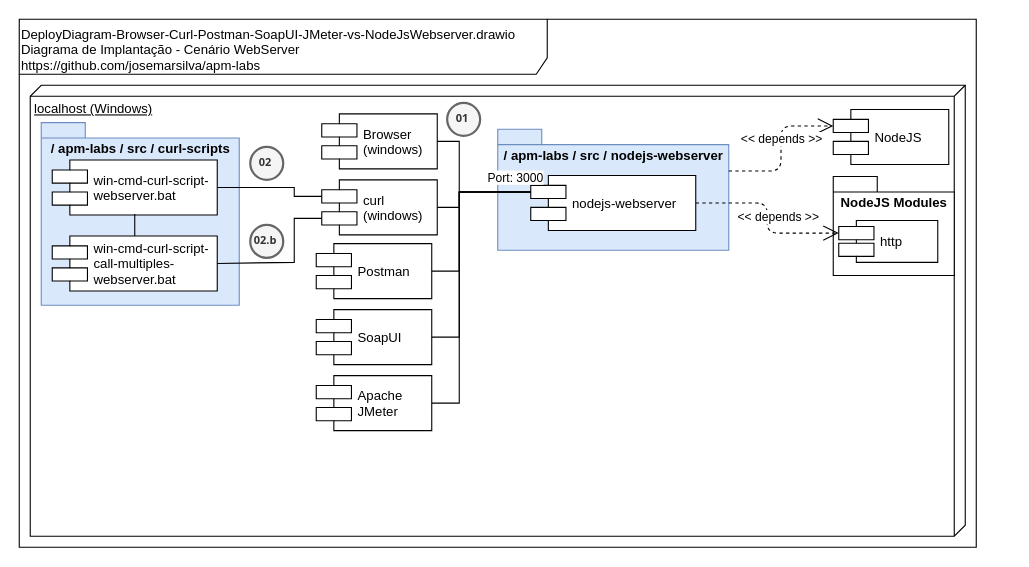
This is doc/DeployDiagram-Browser-Curl-Postman-SoapUI-JMeter-vs-NodeJsWebserver.drawio from josemarsilva/apm-labs, a draw.io file, before an edit. Source tidied: cells renumbered, new cells numbered last; positions are measured from the earlier drawing's top-left corner, leaving out a move shared by most shapes. Both pictures are drawn from the tidied source at 110%, with x=0, y=0 at pixel (19, 19).
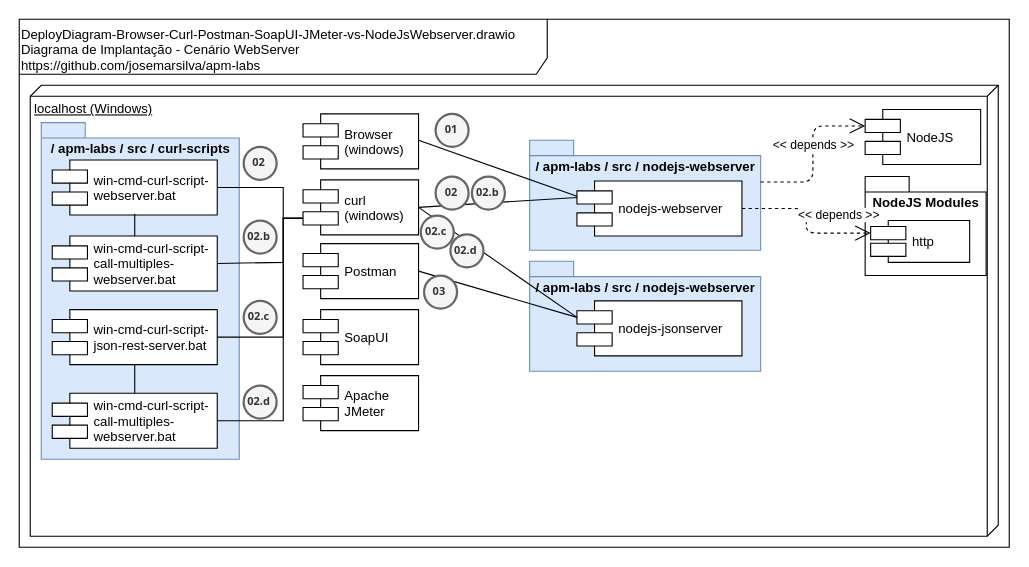
After the change.

The change refers to these unchanged cells:
```xml
<mxCell id="24" value="win-cmd-curl-script-&#10;webserver.bat" style="shape=component;align=left;spacingLeft=36;" parent="1" vertex="1">
  <mxGeometry x="30" y="128" width="150" height="50" as="geometry" />
</mxCell>
<mxCell id="28" value="win-cmd-curl-script-&#10;call-multiples-&#10;webserver.bat" style="shape=component;align=left;spacingLeft=36;" parent="1" vertex="1">
  <mxGeometry x="30" y="197" width="150" height="50" as="geometry" />
</mxCell>
```

What changed in the source:
```diff
@@
     <mxCell id="2" value="DeployDiagram-Browser-Curl-Postman-SoapUI-JMeter-vs-NodeJsWebserver.drawio&lt;br&gt;Diagrama de Implantação - Cenário WebServer&lt;br&gt;https://github.com/josemarsilva/apm-labs" style="shape=umlFrame;whiteSpace=wrap;html=1;width=480;height=50;verticalAlign=top;align=left;" parent="1" vertex="1">
-      <mxGeometry width="870" height="480" as="geometry" />
+      <mxGeometry width="900" height="480" as="geometry" />
     </mxCell>
     <mxCell id="3" value="localhost (Windows)" style="verticalAlign=top;align=left;spacingTop=8;spacingLeft=2;spacingRight=12;shape=cube;size=10;direction=south;fontStyle=4;html=1;" parent="1" vertex="1">
-      <mxGeometry x="10" y="60" width="850" height="410" as="geometry" />
+      <mxGeometry x="10" y="60" width="880" height="410" as="geometry" />
     </mxCell>
     <mxCell id="4" value="curl&#10;(windows)" style="shape=component;align=left;spacingLeft=36;" parent="1" vertex="1">
-      <mxGeometry x="275" y="146" width="105" height="50" as="geometry" />
+      <mxGeometry x="258" y="146" width="105" height="50" as="geometry" />
     </mxCell>
     <mxCell id="5" value="Postman" style="shape=component;align=left;spacingLeft=36;" parent="1" vertex="1">
-      <mxGeometry x="270" y="204" width="105" height="50" as="geometry" />
+      <mxGeometry x="258" y="204" width="105" height="50" as="geometry" />
     </mxCell>
     <mxCell id="6" value="Browser&#10;(windows)" style="shape=component;align=left;spacingLeft=36;" parent="1" vertex="1">
-      <mxGeometry x="275" y="86" width="105" height="50" as="geometry" />
+      <mxGeometry x="258" y="86" width="105" height="50" as="geometry" />
     </mxCell>
     <mxCell id="7" value="SoapUI" style="shape=component;align=left;spacingLeft=36;" parent="1" vertex="1">
-      <mxGeometry x="270" y="264" width="105" height="50" as="geometry" />
+      <mxGeometry x="258" y="264" width="105" height="50" as="geometry" />
     </mxCell>
     <mxCell id="8" value="/ apm-labs / src /&amp;nbsp;&lt;span style=&quot;text-align: left&quot;&gt;nodejs-webserver&lt;/span&gt;" style="shape=folder;fontStyle=1;spacingTop=10;tabWidth=40;tabHeight=14;tabPosition=left;html=1;verticalAlign=top;fillColor=#dae8fc;strokeColor=#6c8ebf;" parent="1" vertex="1">
-      <mxGeometry x="435" y="100" width="210" height="110" as="geometry" />
+      <mxGeometry x="464" y="110" width="210" height="100" as="geometry" />
     </mxCell>
     <mxCell id="9" value="nodejs-webserver" style="shape=component;align=left;spacingLeft=36;" parent="1" vertex="1">
-      <mxGeometry x="465" y="142" width="150" height="50" as="geometry" />
+      <mxGeometry x="507" y="147" width="150" height="50" as="geometry" />
     </mxCell>
     <mxCell id="10" value="Apache&#10;JMeter" style="shape=component;align=left;spacingLeft=36;" parent="1" vertex="1">
-      <mxGeometry x="270" y="324" width="105" height="50" as="geometry" />
+      <mxGeometry x="258" y="324" width="105" height="50" as="geometry" />
     </mxCell>
-    <mxCell id="11" style="endArrow=none;startArrow=none;endFill=0;startFill=0;html=1;exitX=1;exitY=0.5;exitDx=0;exitDy=0;entryX=0;entryY=0.3;entryDx=0;entryDy=0;edgeStyle=orthogonalEdgeStyle;rounded=0;" parent="1" edge="1" source="6" target="9">
-      <mxGeometry relative="1" as="geometry">
-        <Array as="points">
-          <mxPoint x="400" y="111" />
-          <mxPoint x="400" y="157" />
-        </Array>
-      </mxGeometry>
-    </mxCell>
     <mxCell id="12" value="01" style="ellipse;whiteSpace=wrap;html=1;strokeWidth=2;fontFamily=Tahoma;spacingBottom=4;spacingRight=2;fontStyle=1;fillColor=#f5f5f5;strokeColor=#666666;fontColor=#333333;fontSize=10;" parent="1" vertex="1">
-      <mxGeometry x="389" y="76" width="30" height="30" as="geometry" />
+      <mxGeometry x="378.5" y="86" width="30" height="30" as="geometry" />
     </mxCell>
     <mxCell id="13" value="NodeJS" style="shape=component;align=left;spacingLeft=36;" parent="1" vertex="1">
-      <mxGeometry x="740" y="82" width="105" height="50" as="geometry" />
+      <mxGeometry x="769" y="82" width="105" height="50" as="geometry" />
     </mxCell>
     <mxCell id="14" value="NodeJS Modules" style="shape=folder;fontStyle=1;spacingTop=10;tabWidth=40;tabHeight=14;tabPosition=left;html=1;verticalAlign=top;" parent="1" vertex="1">
-      <mxGeometry x="740" y="143" width="110" height="90" as="geometry" />
+      <mxGeometry x="769" y="143" width="110" height="90" as="geometry" />
     </mxCell>
     <mxCell id="15" value="http" style="shape=component;align=left;spacingLeft=36;" parent="1" vertex="1">
-      <mxGeometry x="745" y="183" width="90" height="38" as="geometry" />
+      <mxGeometry x="774" y="183" width="90" height="38" as="geometry" />
     </mxCell>
@@
     <mxCell id="17" value="&amp;lt;&amp;lt; depends &amp;gt;&amp;gt;" style="endArrow=open;endSize=12;dashed=1;html=1;exitX=1;exitY=0.5;exitDx=0;exitDy=0;entryX=0;entryY=0.3;entryDx=0;entryDy=0;edgeStyle=orthogonalEdgeStyle;" parent="1" edge="1" source="9" target="15">
-      <mxGeometry x="0.3" y="14" relative="1" as="geometry" />
+      <mxGeometry x="-0.16" y="17" relative="1" as="geometry">
+        <mxPoint x="12" y="5" as="offset" />
+      </mxGeometry>
     </mxCell>
-    <mxCell id="18" style="endArrow=none;startArrow=none;endFill=0;startFill=0;html=1;exitX=1;exitY=0.5;exitDx=0;exitDy=0;entryX=0;entryY=0.3;entryDx=0;entryDy=0;edgeStyle=orthogonalEdgeStyle;rounded=0;" parent="1" edge="1" source="4" target="9">
-      <mxGeometry relative="1" as="geometry">
-        <Array as="points">
-          <mxPoint x="400" y="171" />
-          <mxPoint x="400" y="157" />
-        </Array>
-      </mxGeometry>
-    </mxCell>
-    <mxCell id="19" style="endArrow=none;startArrow=none;endFill=0;startFill=0;html=1;exitX=1;exitY=0.5;exitDx=0;exitDy=0;entryX=0;entryY=0.3;entryDx=0;entryDy=0;edgeStyle=orthogonalEdgeStyle;rounded=0;" parent="1" edge="1" source="5" target="9">
-      <mxGeometry relative="1" as="geometry">
-        <Array as="points">
-          <mxPoint x="400" y="229" />
-          <mxPoint x="400" y="157" />
-        </Array>
-      </mxGeometry>
-    </mxCell>
-    <mxCell id="20" style="endArrow=none;startArrow=none;endFill=0;startFill=0;html=1;exitX=1;exitY=0.5;exitDx=0;exitDy=0;entryX=0;entryY=0.3;entryDx=0;entryDy=0;edgeStyle=orthogonalEdgeStyle;rounded=0;" parent="1" edge="1" source="7" target="9">
-      <mxGeometry relative="1" as="geometry">
-        <Array as="points">
-          <mxPoint x="400" y="289" />
-          <mxPoint x="400" y="157" />
-        </Array>
-      </mxGeometry>
-    </mxCell>
-    <mxCell id="21" style="endArrow=none;startArrow=none;endFill=0;startFill=0;html=1;exitX=1;exitY=0.5;exitDx=0;exitDy=0;entryX=0;entryY=0.3;entryDx=0;entryDy=0;edgeStyle=orthogonalEdgeStyle;rounded=0;" parent="1" edge="1" source="10">
-      <mxGeometry relative="1" as="geometry">
-        <mxPoint x="465" y="157" as="targetPoint" />
-        <Array as="points">
-          <mxPoint x="400" y="349" />
-          <mxPoint x="400" y="157" />
-        </Array>
-      </mxGeometry>
-    </mxCell>
-    <mxCell id="22" value="Port: 3000" style="edgeLabel;html=1;align=center;verticalAlign=middle;fontSize=11;" parent="21" vertex="1">
-      <mxGeometry x="0.76" y="2" relative="1" as="geometry">
-        <mxPoint x="19" y="-12" as="offset" />
-      </mxGeometry>
-    </mxCell>
     <mxCell id="23" value="/ apm-labs / src /&amp;nbsp;&lt;span style=&quot;text-align: left&quot;&gt;curl-scripts&lt;/span&gt;" style="shape=folder;fontStyle=1;spacingTop=10;tabWidth=40;tabHeight=14;tabPosition=left;html=1;verticalAlign=top;fillColor=#dae8fc;strokeColor=#6c8ebf;" parent="1" vertex="1">
-      <mxGeometry x="20" y="94" width="180" height="166" as="geometry" />
+      <mxGeometry x="20" y="94" width="180" height="306" as="geometry" />
     </mxCell>
@@
     <mxCell id="25" value="02" style="ellipse;whiteSpace=wrap;html=1;strokeWidth=2;fontFamily=Tahoma;spacingBottom=4;spacingRight=2;fontStyle=1;fillColor=#f5f5f5;strokeColor=#666666;fontColor=#333333;fontSize=10;" parent="1" vertex="1">
-      <mxGeometry x="210" y="116" width="30" height="30" as="geometry" />
+      <mxGeometry x="204" y="116" width="30" height="30" as="geometry" />
     </mxCell>
-    <mxCell id="26" style="rounded=0;jettySize=auto;html=1;endArrow=none;endFill=0;fontSize=11;entryX=1;entryY=0.5;entryDx=0;entryDy=0;exitX=0;exitY=0.3;exitDx=0;exitDy=0;edgeStyle=orthogonalEdgeStyle;" parent="1" edge="1" source="4" target="24">
+    <mxCell id="26" style="rounded=0;jettySize=auto;html=1;endArrow=none;endFill=0;fontSize=11;entryX=1;entryY=0.5;entryDx=0;entryDy=0;exitX=0;exitY=0.7;exitDx=0;exitDy=0;edgeStyle=orthogonalEdgeStyle;" parent="1" edge="1" source="4" target="24">
       <mxGeometry relative="1" as="geometry">
         <Array as="points">
-          <mxPoint x="250" y="161" />
-          <mxPoint x="250" y="153" />
+          <mxPoint x="240" y="181" />
+          <mxPoint x="240" y="153" />
         </Array>
       </mxGeometry>
     </mxCell>
@@
     <mxCell id="29" style="rounded=0;jettySize=auto;html=1;endArrow=none;endFill=0;fontSize=11;entryX=1;entryY=0.5;entryDx=0;entryDy=0;edgeStyle=orthogonalEdgeStyle;exitX=0;exitY=0.7;exitDx=0;exitDy=0;" parent="1" edge="1" source="4" target="28">
       <mxGeometry relative="1" as="geometry">
         <Array as="points">
-          <mxPoint x="250" y="181" />
-          <mxPoint x="250" y="221" />
-          <mxPoint x="180" y="221" />
+          <mxPoint x="240" y="181" />
+          <mxPoint x="240" y="221" />
         </Array>
       </mxGeometry>
     </mxCell>
     <mxCell id="30" value="02.b" style="ellipse;whiteSpace=wrap;html=1;strokeWidth=2;fontFamily=Tahoma;spacingBottom=4;spacingRight=2;fontStyle=1;fillColor=#f5f5f5;strokeColor=#666666;fontColor=#333333;fontSize=10;" parent="1" vertex="1">
-      <mxGeometry x="210" y="187" width="30" height="30" as="geometry" />
+      <mxGeometry x="204" y="183" width="30" height="30" as="geometry" />
     </mxCell>
+    <mxCell id="31" value="/ apm-labs / src /&amp;nbsp;&lt;span style=&quot;text-align: left&quot;&gt;nodejs-webserver&lt;/span&gt;" style="shape=folder;fontStyle=1;spacingTop=10;tabWidth=40;tabHeight=14;tabPosition=left;html=1;verticalAlign=top;fillColor=#dae8fc;strokeColor=#6c8ebf;" parent="1" vertex="1">
+      <mxGeometry x="464" y="220" width="210" height="100" as="geometry" />
+    </mxCell>
+    <mxCell id="32" value="nodejs-jsonserver" style="shape=component;align=left;spacingLeft=36;" parent="1" vertex="1">
+      <mxGeometry x="507" y="256" width="150" height="50" as="geometry" />
+    </mxCell>
+    <mxCell id="33" style="edgeStyle=orthogonalEdgeStyle;rounded=0;jettySize=auto;html=1;entryX=0;entryY=0.7;entryDx=0;entryDy=0;endArrow=none;endFill=0;" parent="1" edge="1" source="34" target="4">
+      <mxGeometry relative="1" as="geometry">
+        <Array as="points">
+          <mxPoint x="240" y="289" />
+          <mxPoint x="240" y="181" />
+        </Array>
+      </mxGeometry>
+    </mxCell>
+    <mxCell id="34" value="win-cmd-curl-script-&#10;json-rest-server.bat" style="shape=component;align=left;spacingLeft=36;" parent="1" vertex="1">
+      <mxGeometry x="30" y="264" width="150" height="50" as="geometry" />
+    </mxCell>
+    <mxCell id="35" value="02.c" style="ellipse;whiteSpace=wrap;html=1;strokeWidth=2;fontFamily=Tahoma;spacingBottom=4;spacingRight=2;fontStyle=1;fillColor=#f5f5f5;strokeColor=#666666;fontColor=#333333;fontSize=10;" parent="1" vertex="1">
+      <mxGeometry x="204" y="256" width="30" height="30" as="geometry" />
+    </mxCell>
+    <mxCell id="36" style="edgeStyle=orthogonalEdgeStyle;rounded=0;jettySize=auto;html=1;endArrow=none;endFill=0;" parent="1" edge="1" source="37" target="34">
+      <mxGeometry relative="1" as="geometry" />
+    </mxCell>
+    <mxCell id="37" value="win-cmd-curl-script-&#10;call-multiples-&#10;webserver.bat" style="shape=component;align=left;spacingLeft=36;" parent="1" vertex="1">
+      <mxGeometry x="30" y="340" width="150" height="50" as="geometry" />
+    </mxCell>
+    <mxCell id="38" style="rounded=0;jettySize=auto;html=1;entryX=0;entryY=0.7;entryDx=0;entryDy=0;endArrow=none;endFill=0;exitX=1;exitY=0.5;exitDx=0;exitDy=0;edgeStyle=orthogonalEdgeStyle;" parent="1" edge="1" source="37" target="4">
+      <mxGeometry relative="1" as="geometry">
+        <Array as="points">
+          <mxPoint x="240" y="365" />
+          <mxPoint x="240" y="181" />
+        </Array>
+      </mxGeometry>
+    </mxCell>
+    <mxCell id="39" value="02.d" style="ellipse;whiteSpace=wrap;html=1;strokeWidth=2;fontFamily=Tahoma;spacingBottom=4;spacingRight=2;fontStyle=1;fillColor=#f5f5f5;strokeColor=#666666;fontColor=#333333;fontSize=10;" parent="1" vertex="1">
+      <mxGeometry x="204" y="333" width="30" height="30" as="geometry" />
+    </mxCell>
+    <mxCell id="40" style="endArrow=none;startArrow=none;endFill=0;startFill=0;html=1;exitX=1;exitY=0.5;exitDx=0;exitDy=0;entryX=0;entryY=0.3;entryDx=0;entryDy=0;rounded=0;" parent="1" edge="1">
+      <mxGeometry relative="1" as="geometry">
+        <mxPoint x="363" y="110" as="sourcePoint" />
+        <mxPoint x="507" y="161" as="targetPoint" />
+      </mxGeometry>
+    </mxCell>
+    <mxCell id="18" style="endArrow=none;startArrow=none;endFill=0;startFill=0;html=1;exitX=1;exitY=0.5;exitDx=0;exitDy=0;entryX=0;entryY=0.3;entryDx=0;entryDy=0;rounded=0;" parent="1" edge="1" source="4" target="9">
+      <mxGeometry relative="1" as="geometry" />
+    </mxCell>
+    <mxCell id="41" style="endArrow=none;startArrow=none;endFill=0;startFill=0;html=1;exitX=1;exitY=0.5;exitDx=0;exitDy=0;entryX=0;entryY=0.3;entryDx=0;entryDy=0;rounded=0;" parent="1" edge="1" source="4" target="32">
+      <mxGeometry relative="1" as="geometry" />
+    </mxCell>
+    <mxCell id="42" value="02" style="ellipse;whiteSpace=wrap;html=1;strokeWidth=2;fontFamily=Tahoma;spacingBottom=4;spacingRight=2;fontStyle=1;fillColor=#f5f5f5;strokeColor=#666666;fontColor=#333333;fontSize=10;" parent="1" vertex="1">
+      <mxGeometry x="378.5" y="143" width="30" height="30" as="geometry" />
+    </mxCell>
+    <mxCell id="43" value="02.c" style="ellipse;whiteSpace=wrap;html=1;strokeWidth=2;fontFamily=Tahoma;spacingBottom=4;spacingRight=2;fontStyle=1;fillColor=#f5f5f5;strokeColor=#666666;fontColor=#333333;fontSize=10;" parent="1" vertex="1">
+      <mxGeometry x="365" y="178.5" width="30" height="30" as="geometry" />
+    </mxCell>
+    <mxCell id="44" value="02.b" style="ellipse;whiteSpace=wrap;html=1;strokeWidth=2;fontFamily=Tahoma;spacingBottom=4;spacingRight=2;fontStyle=1;fillColor=#f5f5f5;strokeColor=#666666;fontColor=#333333;fontSize=10;" parent="1" vertex="1">
+      <mxGeometry x="411.5" y="143" width="30" height="30" as="geometry" />
+    </mxCell>
+    <mxCell id="45" value="02.d" style="ellipse;whiteSpace=wrap;html=1;strokeWidth=2;fontFamily=Tahoma;spacingBottom=4;spacingRight=2;fontStyle=1;fillColor=#f5f5f5;strokeColor=#666666;fontColor=#333333;fontSize=10;" parent="1" vertex="1">
+      <mxGeometry x="392" y="195.5" width="30" height="30" as="geometry" />
+    </mxCell>
+    <mxCell id="46" style="endArrow=none;startArrow=none;endFill=0;startFill=0;html=1;exitX=1;exitY=0.5;exitDx=0;exitDy=0;entryX=0;entryY=0.3;entryDx=0;entryDy=0;rounded=0;" parent="1" edge="1" source="5" target="32">
+      <mxGeometry relative="1" as="geometry" />
+    </mxCell>
+    <mxCell id="47" value="03" style="ellipse;whiteSpace=wrap;html=1;strokeWidth=2;fontFamily=Tahoma;spacingBottom=4;spacingRight=2;fontStyle=1;fillColor=#f5f5f5;strokeColor=#666666;fontColor=#333333;fontSize=10;" parent="1" vertex="1">
+      <mxGeometry x="368" y="233" width="30" height="30" as="geometry" />
+    </mxCell>
```
